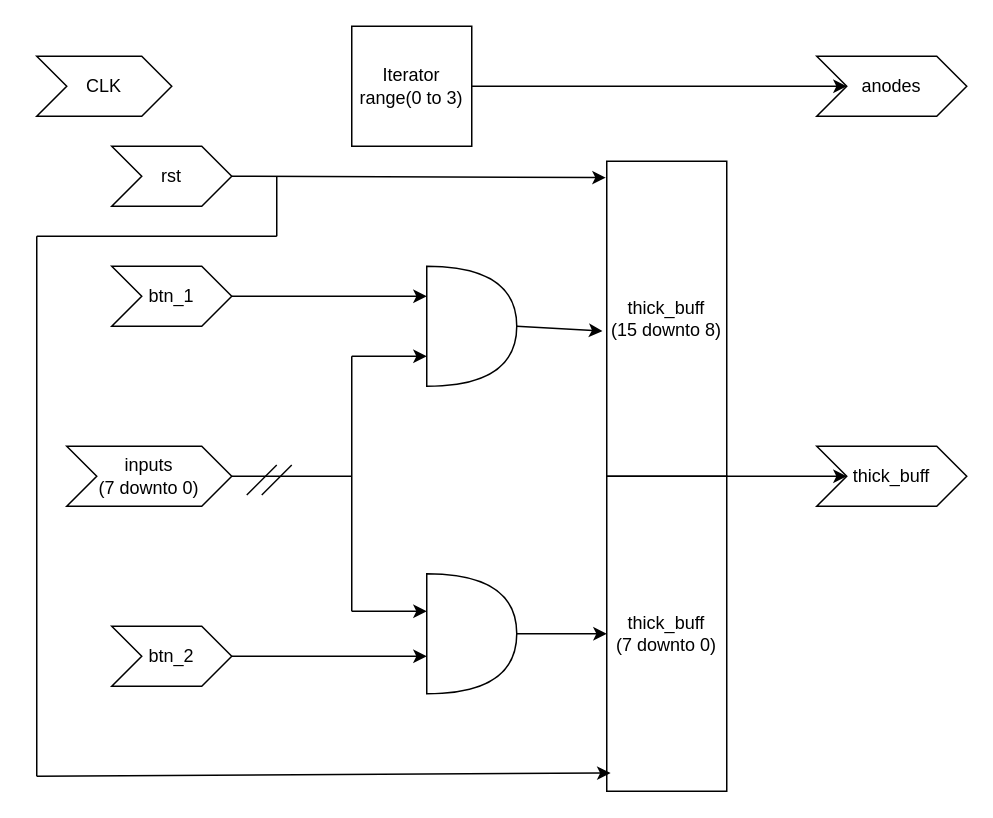
Earlier version of the draw.io diagram reg_all.drawio (Gaulgeous/Stock-Market-Prediction). Source tidied: cells renumbered, new cells numbered last; positions are measured from the earlier drawing's top-left corner, leaving out a move shared by most shapes. Both pictures are drawn from the tidied source at 150%, with x=0, y=0 at pixel (36, 26).
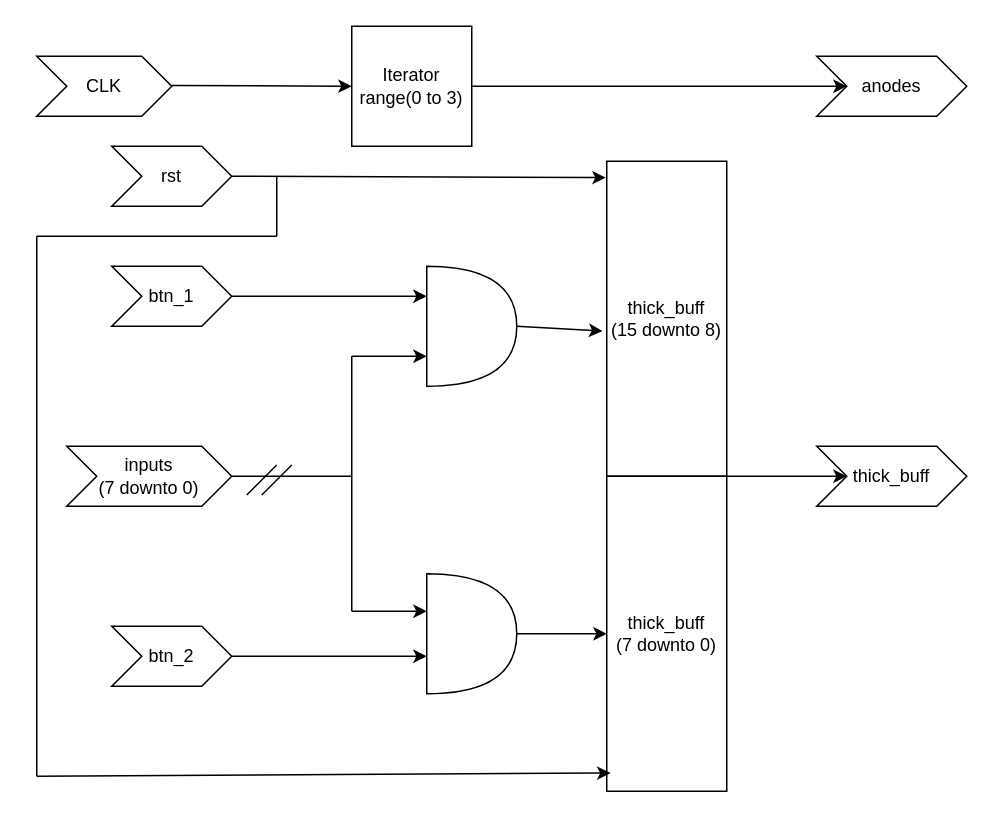
The same page after the edit.

The edit, as a diff of the source:
```diff
@@
+    <mxCell id="33" style="endArrow=classic;html=1;rounded=0;" parent="1" edge="1">
+      <mxGeometry relative="1" as="geometry">
+        <mxPoint x="90" y="39.5" as="sourcePoint" />
+        <mxPoint x="210" y="40" as="targetPoint" />
+      </mxGeometry>
+    </mxCell>
```
